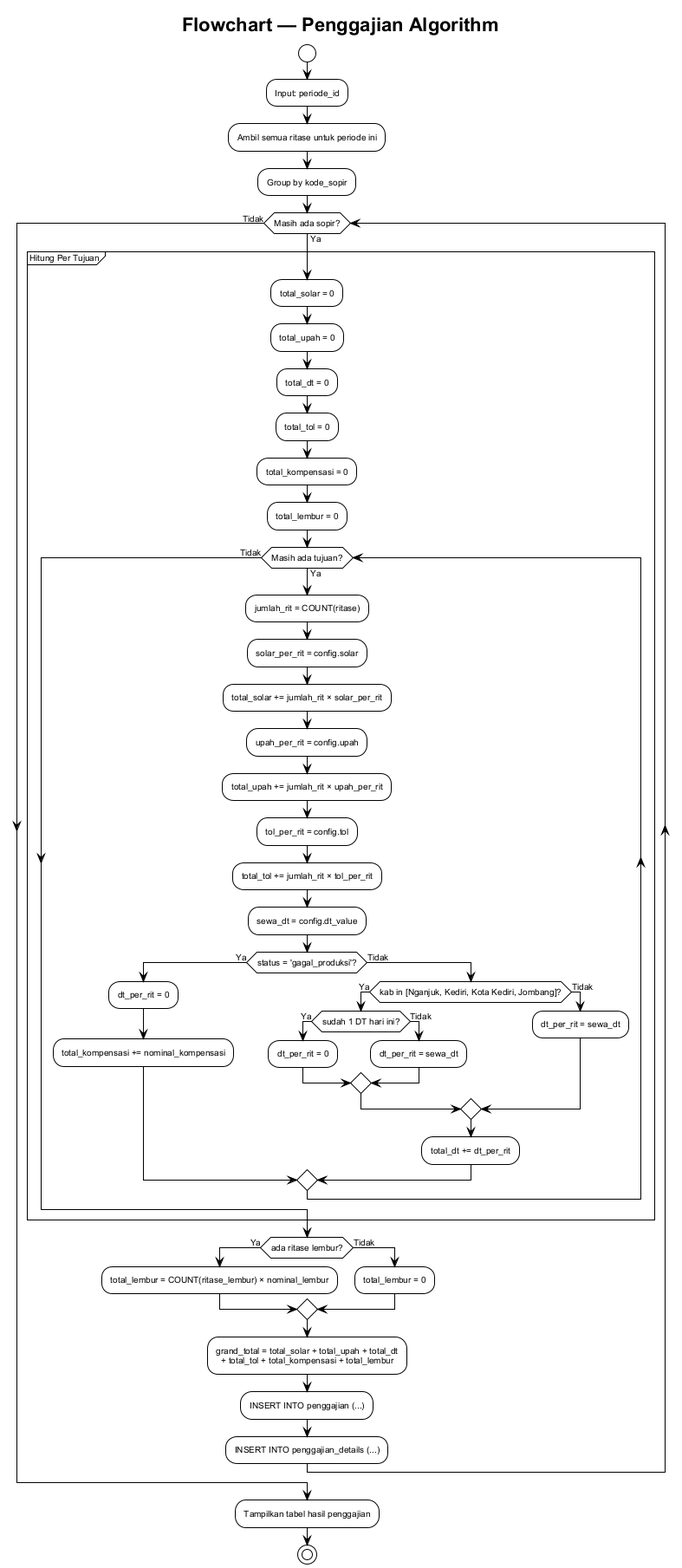
Above: diagrams/flowchart/flowchart-penggajian.png in riandafatur28/sidigas-gaji-sopir-truck (PlantUML), before the change.
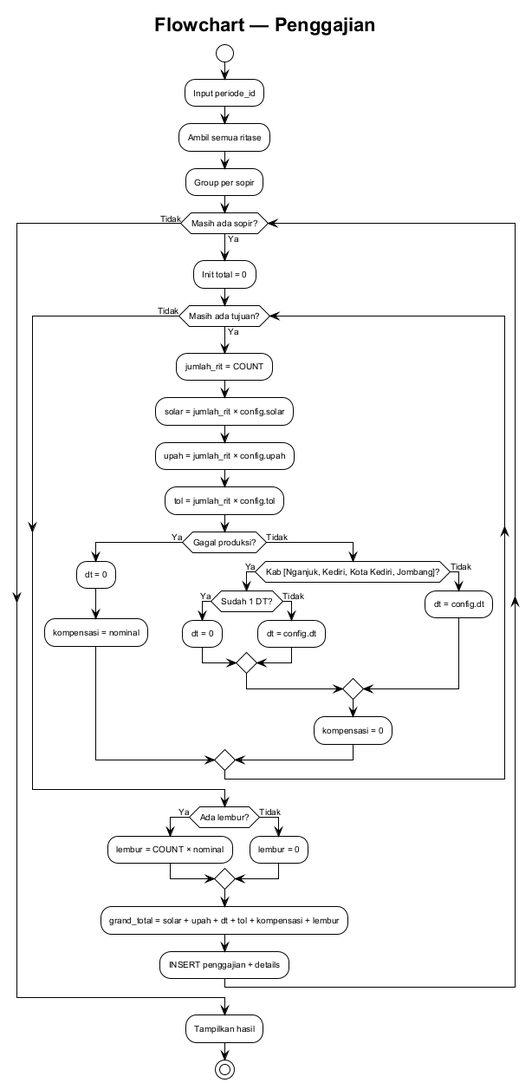
The same diagram one commit later.

What changed in the source:
```diff
@@ -4,72 +4,50 @@
 skinparam defaultFontSize 10
 skinparam defaultFontName Arial
 
-title Flowchart — Penggajian Algorithm
+title Flowchart — Penggajian
 
 start
-
-:Input: periode_id;
-:Ambil semua ritase untuk periode ini;
-:Group by kode_sopir;
+:Input periode_id;
+:Ambil semua ritase;
+:Group per sopir;
 
 while (Masih ada sopir?) is (Ya)
-
-partition "Hitung Per Tujuan" {
-  :total_solar = 0;
-  :total_upah = 0;
-  :total_dt = 0;
-  :total_tol = 0;
-  :total_kompensasi = 0;
-  :total_lembur = 0;
+  :Init total = 0;
 
   while (Masih ada tujuan?) is (Ya)
-    :jumlah_rit = COUNT(ritase);
+    :jumlah_rit = COUNT;
+    :solar = jumlah_rit × config.solar;
+    :upah = jumlah_rit × config.upah;
+    :tol = jumlah_rit × config.tol;
 
-    :solar_per_rit = config.solar;
-    :total_solar += jumlah_rit × solar_per_rit;
-
-    :upah_per_rit = config.upah;
-    :total_upah += jumlah_rit × upah_per_rit;
-
-    :tol_per_rit = config.tol;
-    :total_tol += jumlah_rit × tol_per_rit;
-
-    :sewa_dt = config.dt_value;
-
-    if (status = 'gagal_produksi'?) then (Ya)
-      :dt_per_rit = 0;
-      :total_kompensasi += nominal_kompensasi;
+    if (Gagal produksi?) then (Ya)
+      :dt = 0;
+      :kompensasi = nominal;
     else (Tidak)
-      if (kab in [Nganjuk, Kediri, Kota Kediri, Jombang]?) then (Ya)
-        if (sudah 1 DT hari ini?) then (Ya)
-          :dt_per_rit = 0;
+      if (Kab [Nganjuk, Kediri, Kota Kediri, Jombang]?) then (Ya)
+        if (Sudah 1 DT?) then (Ya)
+          :dt = 0;
         else (Tidak)
-          :dt_per_rit = sewa_dt;
+          :dt = config.dt;
         endif
       else (Tidak)
-        :dt_per_rit = sewa_dt;
+        :dt = config.dt;
       endif
-      :total_dt += dt_per_rit;
+      :kompensasi = 0;
     endif
   endwhile (Tidak)
-}
 
-if (ada ritase lembur?) then (Ya)
-  :total_lembur = COUNT(ritase_lembur) × nominal_lembur;
-else (Tidak)
-  :total_lembur = 0;
-endif
+  if (Ada lembur?) then (Ya)
+    :lembur = COUNT × nominal;
+  else (Tidak)
+    :lembur = 0;
+  endif
 
-:grand_total = total_solar + total_upah + total_dt
-  + total_tol + total_kompensasi + total_lembur;
-
-:INSERT INTO penggajian (...);
-:INSERT INTO penggajian_details (...);
-
+  :grand_total = solar + upah + dt + tol + kompensasi + lembur;
+  :INSERT penggajian + details;
 endwhile (Tidak)
 
-:Tampilkan tabel hasil penggajian;
-
+:Tampilkan hasil;
 stop
 
 @enduml
```
